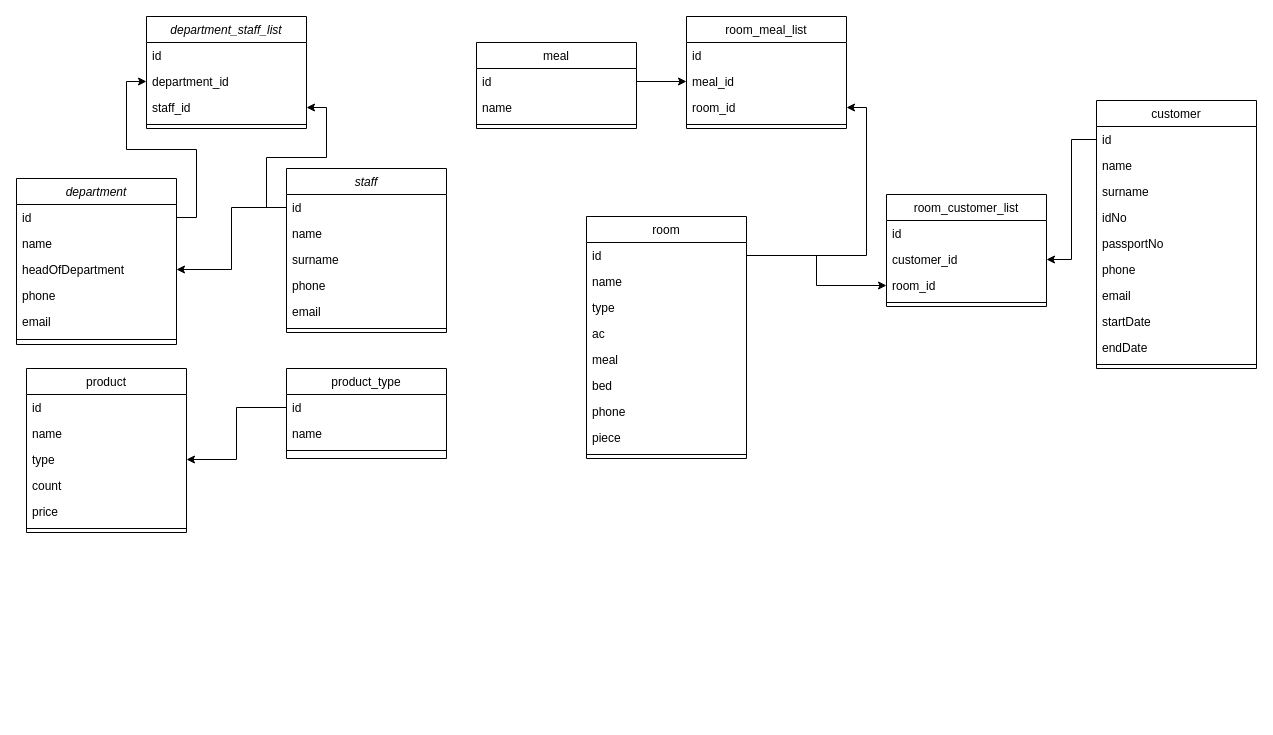
Above: Untitled Diagram.drawio in filojiston35/-ipekyol-dashboard (draw.io), before the change. Source tidied: cells renumbered, new cells numbered last; positions are measured from the earlier drawing's top-left corner, leaving out a move shared by most shapes. Both pictures are drawn from the tidied source at 100%, with x=0, y=0 at pixel (16, 16).
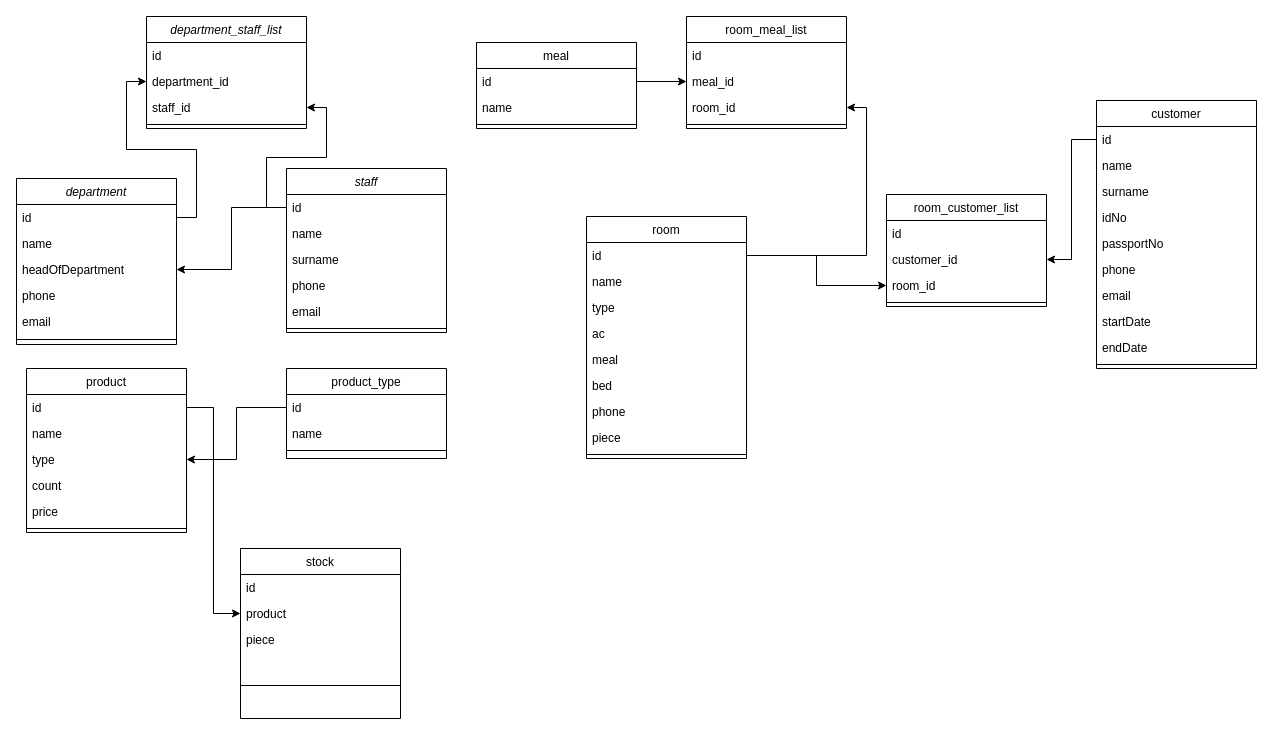
After the change.

The change refers to these unchanged cells:
```xml
<mxCell id="26" value="id" style="text;align=left;verticalAlign=top;spacingLeft=4;spacingRight=4;overflow=hidden;points=[[0,0.5],[1,0.5]];portConstraint=eastwest;" parent="25" vertex="1">
  <mxGeometry y="26" width="160" height="26" as="geometry" />
</mxCell>
```

What changed in the source:
```diff
@@
+    <mxCell id="75" value="stock" style="swimlane;fontStyle=0;align=center;verticalAlign=top;horizontal=1;startSize=26;rounded=0;shadow=0;strokeWidth=1;" parent="1" vertex="1">
+      <mxGeometry x="224" y="532" width="160" height="170" as="geometry" />
+    </mxCell>
+    <mxCell id="76" value="id" style="text;align=left;verticalAlign=top;spacingLeft=4;spacingRight=4;overflow=hidden;" parent="75" vertex="1">
+      <mxGeometry y="26" width="160" height="26" as="geometry" />
+    </mxCell>
+    <mxCell id="77" value="product" style="text;align=left;verticalAlign=top;spacingLeft=4;spacingRight=4;overflow=hidden;points=[[0,0.5],[1,0.5]];portConstraint=eastwest;" parent="75" vertex="1">
+      <mxGeometry y="52" width="160" height="26" as="geometry" />
+    </mxCell>
+    <mxCell id="78" value="piece" style="text;align=left;verticalAlign=top;spacingLeft=4;spacingRight=4;overflow=hidden;rounded=0;shadow=0;html=0;" parent="75" vertex="1">
+      <mxGeometry y="78" width="160" height="26" as="geometry" />
+    </mxCell>
+    <mxCell id="79" style="line;html=1;strokeWidth=1;align=left;verticalAlign=middle;spacingTop=-1;spacingLeft=3;spacingRight=3;labelPosition=right;" parent="75" vertex="1">
+      <mxGeometry y="104" width="160" height="66" as="geometry" />
+    </mxCell>
+    <mxCell id="80" style="edgeStyle=orthogonalEdgeStyle;rounded=0;jettySize=auto;html=1;exitX=1;exitY=0.5;exitDx=0;exitDy=0;entryX=0;entryY=0.5;entryDx=0;entryDy=0;" parent="1" edge="1" source="26" target="77">
+      <mxGeometry relative="1" as="geometry" />
+    </mxCell>
```
